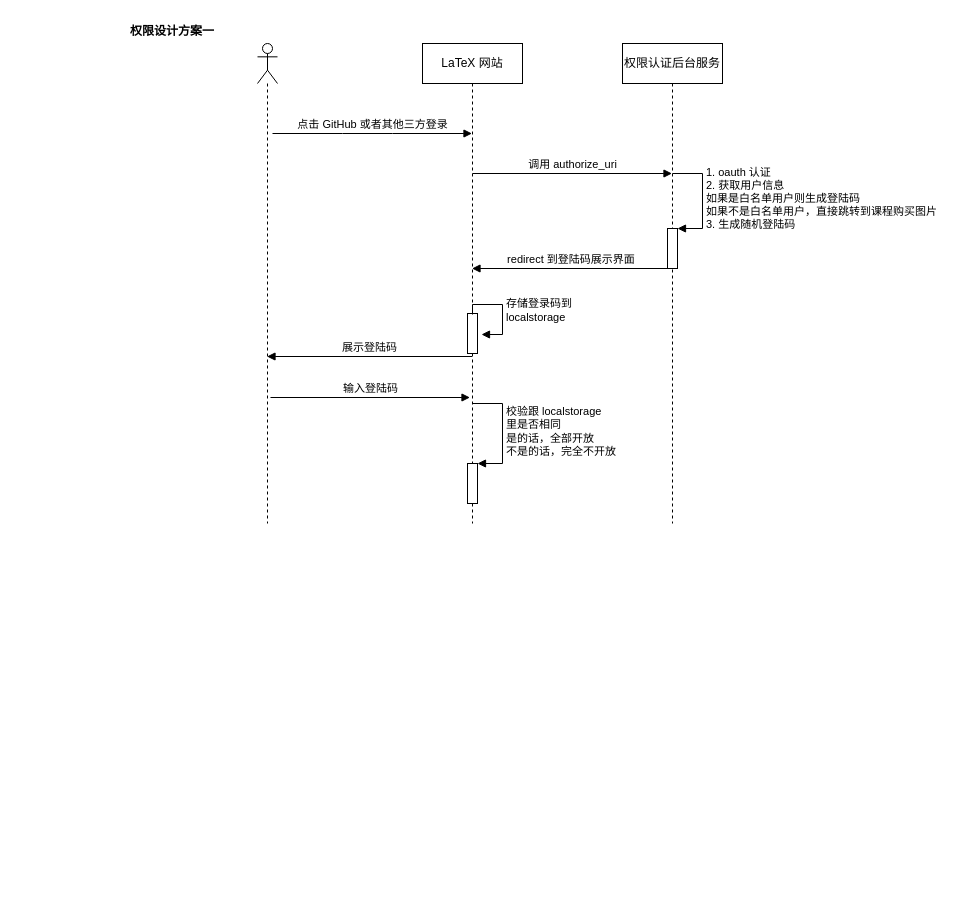
Earlier version of the draw.io diagram Untitled Diagram.drawio (LiErhua/draw.io). Source tidied: cells renumbered, new cells numbered last; positions are measured from the earlier drawing's top-left corner, leaving out a move shared by most shapes. Both pictures are drawn from the tidied source at 100%, with x=0, y=0 at pixel (132, 17).
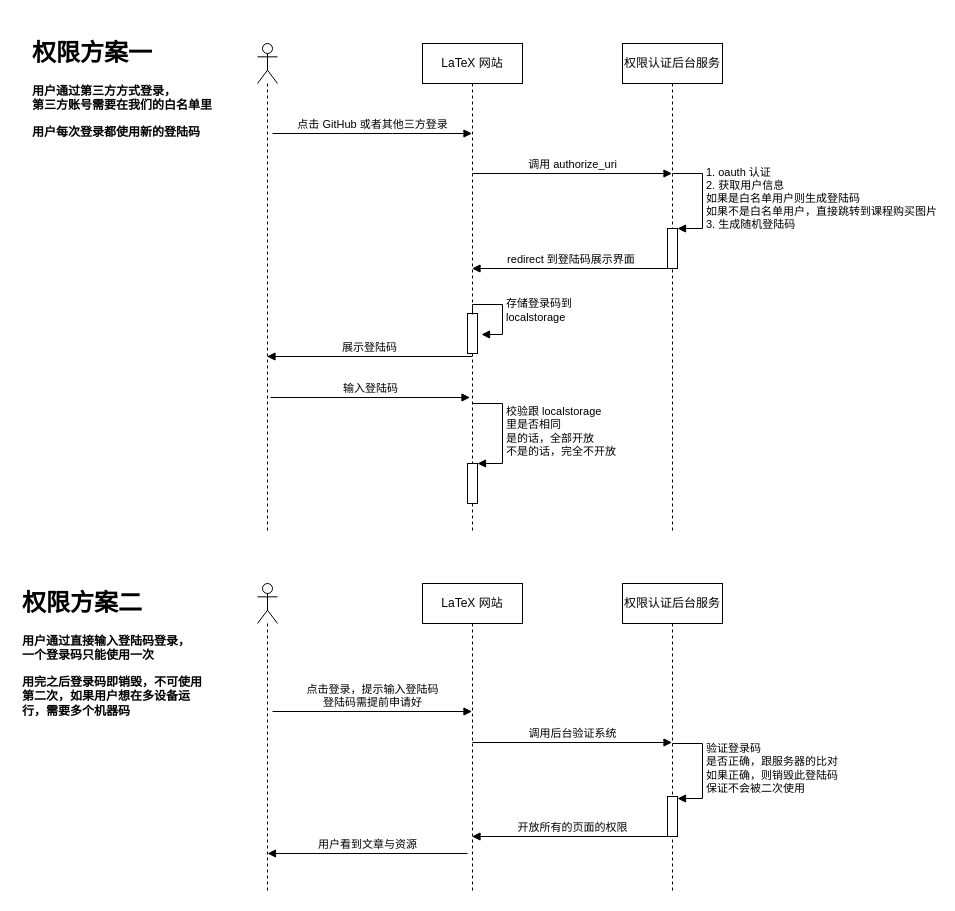
After the change.

The edit, as a diff of the source:
```diff
@@
     <mxCell id="2" style="shape=umlLifeline;participant=umlActor;perimeter=lifelinePerimeter;whiteSpace=wrap;html=1;verticalAlign=top;spacingTop=36;" parent="1" vertex="1">
-      <mxGeometry x="125" y="26" width="20" height="480" as="geometry" />
+      <mxGeometry x="125" y="26" width="20" height="490" as="geometry" />
     </mxCell>
@@
     <mxCell id="5" value="LaTeX 网站" style="shape=umlLifeline;perimeter=lifelinePerimeter;whiteSpace=wrap;html=1;" parent="1" vertex="1">
-      <mxGeometry x="290" y="26" width="100" height="480" as="geometry" />
+      <mxGeometry x="290" y="26" width="100" height="490" as="geometry" />
     </mxCell>
@@
     <mxCell id="11" value="&lt;span style=&quot;text-align: left&quot;&gt;权限认证后台服务&lt;/span&gt;" style="shape=umlLifeline;perimeter=lifelinePerimeter;whiteSpace=wrap;html=1;outlineConnect=0;" parent="1" vertex="1">
-      <mxGeometry x="490" y="26" width="100" height="480" as="geometry" />
+      <mxGeometry x="490" y="26" width="100" height="490" as="geometry" />
     </mxCell>
@@
-    <mxCell id="16" value="权限设计方案一" style="text;align=center;fontStyle=1;verticalAlign=middle;spacingLeft=3;spacingRight=3;strokeColor=none;" parent="1" vertex="1">
-      <mxGeometry width="80" height="26" as="geometry" />
-    </mxCell>
+    <mxCell id="17" value="&lt;h1&gt;权限方案一&lt;/h1&gt;&lt;p&gt;&lt;span style=&quot;font-weight: 700&quot;&gt;用户通过第三方方式登录，&lt;/span&gt;&lt;br style=&quot;padding: 0px ; margin: 0px ; font-weight: 700&quot;&gt;&lt;span style=&quot;font-weight: 700&quot;&gt;第三方账号需要在我们的白名单里&lt;/span&gt;&lt;br&gt;&lt;/p&gt;&lt;p&gt;&lt;b&gt;用户每次登录都使用新的登陆码&lt;/b&gt;&lt;/p&gt;&lt;p style=&quot;text-align: center&quot;&gt;&lt;b&gt;&lt;br&gt;&lt;/b&gt;&lt;/p&gt;" style="text;html=1;strokeColor=none;fillColor=none;spacing=5;spacingTop=-20;whiteSpace=wrap;overflow=hidden;rounded=0;" parent="1" vertex="1">
+      <mxGeometry x="-105" y="16" width="190" height="120" as="geometry" />
+    </mxCell>
+    <mxCell id="18" style="shape=umlLifeline;participant=umlActor;perimeter=lifelinePerimeter;whiteSpace=wrap;html=1;verticalAlign=top;spacingTop=36;" parent="1" vertex="1">
+      <mxGeometry x="125" y="566" width="20" height="310" as="geometry" />
+    </mxCell>
+    <mxCell id="19" value="点击登录，提示输入登陆码&lt;br&gt;登陆码需提前申请好" style="html=1;verticalAlign=bottom;endArrow=block;rounded=0;" parent="18" edge="1">
+      <mxGeometry relative="1" as="geometry">
+        <mxPoint x="15" y="128" as="sourcePoint" />
+        <mxPoint x="214.5" y="128" as="targetPoint" />
+        <Array as="points">
+          <mxPoint x="85" y="128" />
+        </Array>
+      </mxGeometry>
+    </mxCell>
+    <mxCell id="20" value="LaTeX 网站" style="shape=umlLifeline;perimeter=lifelinePerimeter;whiteSpace=wrap;html=1;" parent="1" vertex="1">
+      <mxGeometry x="290" y="566" width="100" height="310" as="geometry" />
+    </mxCell>
+    <mxCell id="21" value="调用后台验证系统" style="html=1;verticalAlign=bottom;endArrow=block;rounded=0;" parent="20" edge="1">
+      <mxGeometry relative="1" as="geometry">
+        <mxPoint x="50" y="159" as="sourcePoint" />
+        <mxPoint x="249.5" y="159" as="targetPoint" />
+      </mxGeometry>
+    </mxCell>
+    <mxCell id="22" value="&lt;span style=&quot;text-align: left&quot;&gt;权限认证后台服务&lt;/span&gt;" style="shape=umlLifeline;perimeter=lifelinePerimeter;whiteSpace=wrap;html=1;" parent="1" vertex="1">
+      <mxGeometry x="490" y="566" width="100" height="310" as="geometry" />
+    </mxCell>
+    <mxCell id="23" style="html=1;perimeter=orthogonalPerimeter;" parent="22" vertex="1">
+      <mxGeometry x="45" y="213" width="10" height="40" as="geometry" />
+    </mxCell>
+    <mxCell id="24" value="验证登录码&lt;br&gt;是否正确，跟服务器的比对&lt;br&gt;如果正确，则销毁此登陆码&lt;br&gt;保证不会被二次使用" style="edgeStyle=orthogonalEdgeStyle;html=1;align=left;spacingLeft=2;endArrow=block;rounded=0;entryX=1;entryY=0;" parent="22" edge="1">
+      <mxGeometry relative="1" as="geometry">
+        <mxPoint x="50" y="160" as="sourcePoint" />
+        <mxPoint x="55" y="215" as="targetPoint" />
+        <Array as="points">
+          <mxPoint x="80" y="160" />
+        </Array>
+      </mxGeometry>
+    </mxCell>
+    <mxCell id="25" value="开放所有的页面的权限" style="html=1;verticalAlign=bottom;endArrow=block;rounded=0;" parent="1" edge="1">
+      <mxGeometry relative="1" as="geometry">
+        <mxPoint x="539.5" y="819" as="sourcePoint" />
+        <mxPoint x="339.5" y="819" as="targetPoint" />
+      </mxGeometry>
+    </mxCell>
+    <mxCell id="26" value="用户看到文章与资源" style="html=1;verticalAlign=bottom;endArrow=block;rounded=0;" parent="1" edge="1">
+      <mxGeometry relative="1" as="geometry">
+        <mxPoint x="335" y="836" as="sourcePoint" />
+        <mxPoint x="135" y="836" as="targetPoint" />
+      </mxGeometry>
+    </mxCell>
+    <mxCell id="27" value="&lt;h1&gt;权限方案二&lt;/h1&gt;&lt;p&gt;&lt;span style=&quot;font-weight: 700&quot;&gt;用户通过直接输入登陆码登录，&lt;/span&gt;&lt;br style=&quot;padding: 0px ; margin: 0px ; font-weight: 700&quot;&gt;&lt;b&gt;一个登录码只能使用一次&lt;/b&gt;&lt;/p&gt;&lt;p&gt;&lt;b&gt;用完之后登录码即销毁，不可使用第二次，如果用户想在多设备运行，需要多个机器码&lt;/b&gt;&lt;/p&gt;&lt;p style=&quot;text-align: center&quot;&gt;&lt;b&gt;&lt;br&gt;&lt;/b&gt;&lt;/p&gt;" style="text;html=1;strokeColor=none;fillColor=none;spacing=5;spacingTop=-20;whiteSpace=wrap;overflow=hidden;rounded=0;" parent="1" vertex="1">
+      <mxGeometry x="-115" y="566" width="190" height="140" as="geometry" />
+    </mxCell>
```
